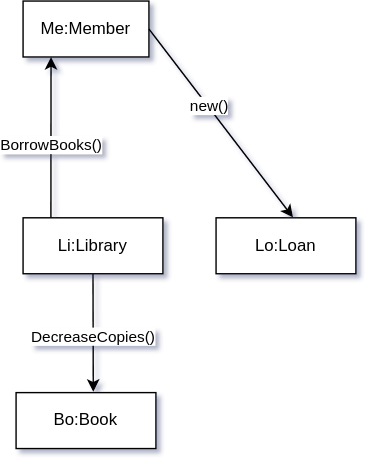
Above: 2. felev/objprog/beadandok/beadando/dokumentacio/CommunicationDiagram.drawio.svg in csabisoos/elte (draw.io), before the change. Source tidied: cells renumbered, new cells last; positions are measured from the earlier drawing's top-left corner, leaving out a move shared by most shapes.
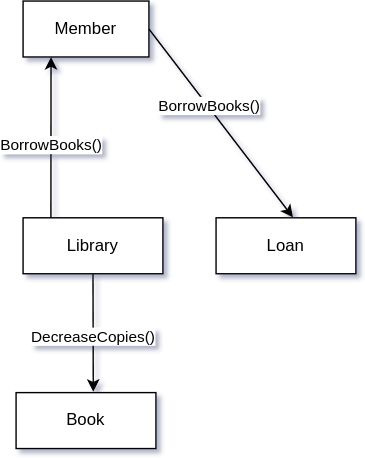
The same file after the commit.

The edit, as a diff of the source:
```diff
@@ -2,19 +2,19 @@
   <root>
     <mxCell id="0" />
     <mxCell id="1" parent="0" />
-    <mxCell id="2" value="Me:Member" style="rounded=0;whiteSpace=wrap;html=1;" parent="1" vertex="1">
+    <mxCell id="2" value="Member" style="rounded=0;whiteSpace=wrap;html=1;" parent="1" vertex="1">
       <mxGeometry x="5" width="90" height="40" as="geometry" />
     </mxCell>
-    <mxCell id="3" value="Li:Library" style="whiteSpace=wrap;html=1;" parent="1" vertex="1">
+    <mxCell id="3" value="Library" style="whiteSpace=wrap;html=1;" parent="1" vertex="1">
       <mxGeometry x="5" y="155" width="100" height="40" as="geometry" />
     </mxCell>
-    <mxCell id="4" value="Lo:Loan" style="whiteSpace=wrap;html=1;" parent="1" vertex="1">
+    <mxCell id="4" value="Loan" style="whiteSpace=wrap;html=1;" parent="1" vertex="1">
       <mxGeometry x="143" y="155" width="100" height="40" as="geometry" />
     </mxCell>
     <mxCell id="5" style="endArrow=classic;html=1;rounded=0;entryX=0.55;entryY=-0.008;entryDx=0;entryDy=0;entryPerimeter=0;exitX=1;exitY=0.5;exitDx=0;exitDy=0;" parent="1" edge="1" source="2" target="4">
       <mxGeometry relative="1" as="geometry" />
     </mxCell>
-    <mxCell id="6" value="new()" style="edgeLabel;html=1;align=center;verticalAlign=middle;" parent="5" vertex="1">
+    <mxCell id="6" value="BorrowBooks()" style="edgeLabel;html=1;align=center;verticalAlign=middle;" parent="5" vertex="1">
       <mxGeometry x="-0.18" y="1" relative="1" as="geometry" />
     </mxCell>
     <mxCell id="7" style="endArrow=classic;html=1;rounded=0;exitX=0.199;exitY=-0.001;exitDx=0;exitDy=0;exitPerimeter=0;" parent="1" edge="1" source="3">
@@ -27,7 +27,7 @@
         <mxPoint x="1" y="8" as="offset" />
       </mxGeometry>
     </mxCell>
-    <mxCell id="9" value="Bo:Book" style="whiteSpace=wrap;html=1;" parent="1" vertex="1">
+    <mxCell id="9" value="Book" style="whiteSpace=wrap;html=1;" parent="1" vertex="1">
       <mxGeometry y="280" width="100" height="40" as="geometry" />
     </mxCell>
     <mxCell id="10" style="endArrow=classic;html=1;rounded=0;exitX=0.5;exitY=1;exitDx=0;exitDy=0;entryX=0.552;entryY=-0.015;entryDx=0;entryDy=0;entryPerimeter=0;" parent="1" edge="1" source="3" target="9">
```
